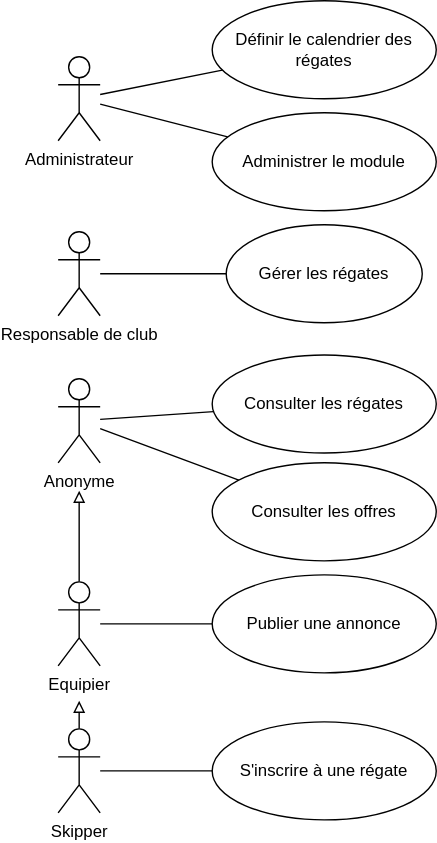
This is doc/requirements/use-cases.drawio.svg from Manon00/web-races-module, a draw.io export, as it was before one commit. Source tidied: cells renumbered, new cells last; positions are measured from the earlier drawing's top-left corner, leaving out a move shared by most shapes.
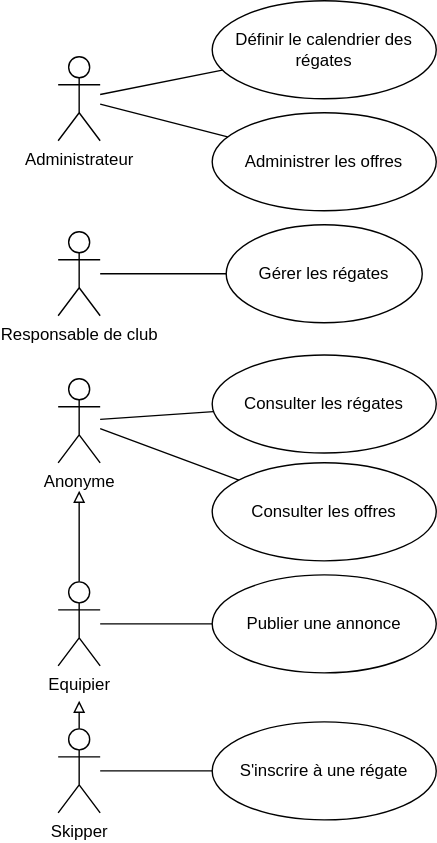
Above is the later version.

Diff of the diagram source:
```diff
@@ -5,7 +5,7 @@
     <mxCell id="2" value="Administrateur" style="shape=umlActor;verticalLabelPosition=bottom;verticalAlign=top;html=1;" parent="1" vertex="1">
       <mxGeometry y="40" width="30" height="60" as="geometry" />
     </mxCell>
-    <mxCell id="3" value="Administrer le module" style="ellipse;whiteSpace=wrap;html=1;" parent="1" vertex="1">
+    <mxCell id="3" value="Administrer les offres" style="ellipse;whiteSpace=wrap;html=1;" parent="1" vertex="1">
       <mxGeometry x="110" y="80" width="160" height="70" as="geometry" />
     </mxCell>
     <mxCell id="4" style="endArrow=none;endFill=0;endSize=12;html=1;rounded=0;" parent="1" edge="1" source="2" target="3">
```
